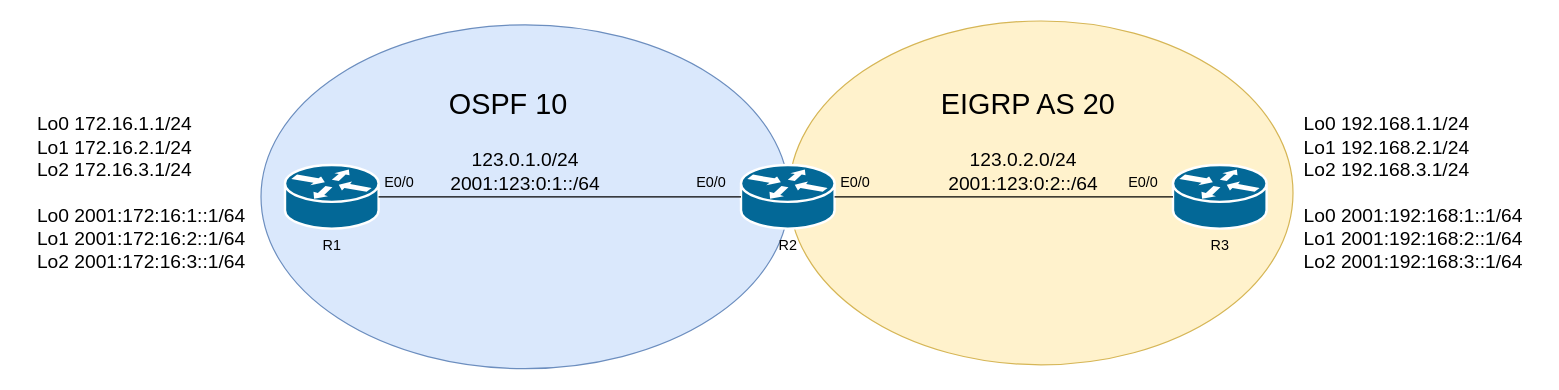
The draw.io diagram Equipment-operation/Cisco/Router/EIGRP/Image/Redistribution.drawio in Lai920123/Network-Engineering-Tutorials, before the edit. Source tidied: cells renumbered, new cells numbered last; positions are measured from the earlier drawing's top-left corner, leaving out a move shared by most shapes. Both pictures are drawn from the tidied source at 120%, with x=0, y=0 at pixel (20, 20).
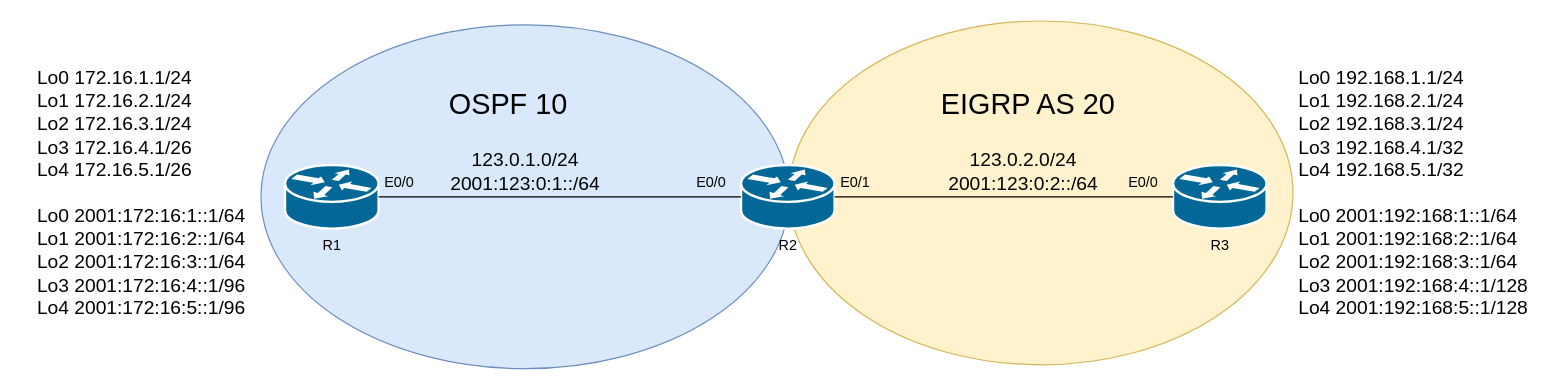
After the change.

Diff of the diagram source:
```diff
@@
 <mxGraphModel>
   <root>
     <mxCell id="0" />
     <mxCell id="1" parent="0" />
     <mxCell id="2" style="ellipse;whiteSpace=wrap;html=1;fillColor=#fff2cc;strokeColor=#d6b656;" parent="1" vertex="1">
       <mxGeometry x="640" width="420" height="286.5" as="geometry" />
     </mxCell>
     <mxCell id="3" style="ellipse;whiteSpace=wrap;html=1;fillColor=#dae8fc;strokeColor=#6c8ebf;" parent="1" vertex="1">
       <mxGeometry x="200" y="3.2" width="440" height="286.5" as="geometry" />
     </mxCell>
     <mxCell id="4" value="R2" style="shape=mxgraph.cisco.routers.router;sketch=0;html=1;dashed=0;fillColor=#036897;strokeColor=#ffffff;strokeWidth=2;verticalLabelPosition=bottom;verticalAlign=top;align=center;outlineConnect=0;" parent="1" vertex="1">
       <mxGeometry x="600" y="120" width="78" height="53" as="geometry" />
     </mxCell>
     <mxCell id="5" value="R3" style="shape=mxgraph.cisco.routers.router;sketch=0;html=1;dashed=0;fillColor=#036897;strokeColor=#ffffff;strokeWidth=2;verticalLabelPosition=bottom;verticalAlign=top;align=center;outlineConnect=0;" parent="1" vertex="1">
       <mxGeometry x="960" y="120" width="78" height="53" as="geometry" />
     </mxCell>
     <mxCell id="6" value="R1" style="shape=mxgraph.cisco.routers.router;sketch=0;html=1;dashed=0;fillColor=#036897;strokeColor=#ffffff;strokeWidth=2;verticalLabelPosition=bottom;verticalAlign=top;align=center;outlineConnect=0;" parent="1" vertex="1">
       <mxGeometry x="220" y="120" width="78" height="53" as="geometry" />
     </mxCell>
     <mxCell id="7" style="endArrow=none;html=1;rounded=0;exitX=1;exitY=0.5;exitDx=0;exitDy=0;exitPerimeter=0;entryX=0;entryY=0.5;entryDx=0;entryDy=0;entryPerimeter=0;" parent="1" edge="1" source="6" target="4">
       <mxGeometry relative="1" as="geometry" />
     </mxCell>
     <mxCell id="8" style="endArrow=none;html=1;rounded=0;exitX=1;exitY=0.5;exitDx=0;exitDy=0;exitPerimeter=0;entryX=0;entryY=0.5;entryDx=0;entryDy=0;entryPerimeter=0;" parent="1" edge="1" source="4" target="5">
       <mxGeometry relative="1" as="geometry" />
     </mxCell>
     <mxCell id="9" value="&lt;font style=&quot;font-size: 24px;&quot;&gt;OSPF 10&amp;nbsp;&lt;/font&gt;" style="text;html=1;align=left;verticalAlign=middle;strokeColor=none;fillColor=none;" parent="1" vertex="1">
       <mxGeometry x="355" y="50" width="130" height="40" as="geometry" />
     </mxCell>
     <mxCell id="10" value="&lt;font style=&quot;font-size: 24px;&quot;&gt;EIGRP AS 20&lt;/font&gt;" style="text;html=1;align=left;verticalAlign=middle;strokeColor=none;fillColor=none;" parent="1" vertex="1">
       <mxGeometry x="765" y="50" width="170" height="40" as="geometry" />
     </mxCell>
     <mxCell id="11" value="E0/0" style="text;html=1;align=center;verticalAlign=middle;strokeColor=none;fillColor=none;" parent="1" vertex="1">
       <mxGeometry x="290" y="120" width="50" height="30" as="geometry" />
     </mxCell>
     <mxCell id="12" value="E0/0" style="text;html=1;align=center;verticalAlign=middle;strokeColor=none;fillColor=none;" parent="1" vertex="1">
       <mxGeometry x="550" y="120" width="50" height="30" as="geometry" />
     </mxCell>
-    <mxCell id="13" value="E0/0" style="text;html=1;align=center;verticalAlign=middle;strokeColor=none;fillColor=none;" parent="1" vertex="1">
+    <mxCell id="13" value="E0/1" style="text;html=1;align=center;verticalAlign=middle;strokeColor=none;fillColor=none;" parent="1" vertex="1">
       <mxGeometry x="670" y="120" width="50" height="30" as="geometry" />
     </mxCell>
     <mxCell id="14" value="E0/0" style="text;html=1;align=center;verticalAlign=middle;strokeColor=none;fillColor=none;" parent="1" vertex="1">
       <mxGeometry x="910" y="120" width="50" height="30" as="geometry" />
     </mxCell>
     <mxCell id="15" value="&lt;font style=&quot;font-size: 16px;&quot;&gt;123.0.1.0/24&lt;br&gt;2001:123:0:1::/64&lt;br&gt;&lt;/font&gt;" style="text;html=1;align=center;verticalAlign=middle;strokeColor=none;fillColor=none;" parent="1" vertex="1">
       <mxGeometry x="345" y="100" width="150" height="50" as="geometry" />
     </mxCell>
     <mxCell id="16" value="&lt;font style=&quot;font-size: 16px;&quot;&gt;123.0.2.0/24&lt;br&gt;2001:123:0:2::/64&lt;br&gt;&lt;/font&gt;" style="text;html=1;align=center;verticalAlign=middle;strokeColor=none;fillColor=none;" parent="1" vertex="1">
       <mxGeometry x="760" y="100" width="150" height="50" as="geometry" />
     </mxCell>
-    <mxCell id="17" value="&lt;div style=&quot;text-align: left;&quot;&gt;&lt;span style=&quot;font-size: 16px; background-color: initial;&quot;&gt;Lo0 172.16.1.1/24&lt;/span&gt;&lt;/div&gt;&lt;font style=&quot;&quot;&gt;&lt;div style=&quot;font-size: 16px; text-align: left;&quot;&gt;&lt;span style=&quot;background-color: initial;&quot;&gt;Lo1 172.16.2.1/24&lt;/span&gt;&lt;/div&gt;&lt;div style=&quot;font-size: 16px; text-align: left;&quot;&gt;&lt;span style=&quot;background-color: initial;&quot;&gt;Lo2 172.16.3.1/24&lt;/span&gt;&lt;/div&gt;&lt;div style=&quot;text-align: left;&quot;&gt;&lt;span style=&quot;font-size: 16px;&quot;&gt;&lt;br&gt;&lt;/span&gt;&lt;/div&gt;&lt;span style=&quot;font-size: 16px;&quot;&gt;&lt;div style=&quot;text-align: left;&quot;&gt;&lt;span style=&quot;background-color: initial;&quot;&gt;Lo0 2001:172:16:1::1/64&lt;/span&gt;&lt;/div&gt;&lt;/span&gt;&lt;span style=&quot;font-size: 16px;&quot;&gt;&lt;div style=&quot;text-align: left;&quot;&gt;&lt;span style=&quot;background-color: initial;&quot;&gt;Lo1 2001:172:16:2::1/64&lt;/span&gt;&lt;/div&gt;&lt;/span&gt;&lt;span style=&quot;font-size: 16px;&quot;&gt;&lt;div style=&quot;text-align: left;&quot;&gt;&lt;span style=&quot;background-color: initial;&quot;&gt;Lo2 2001:172:16:3::1/64&lt;/span&gt;&lt;/div&gt;&lt;/span&gt;&lt;/font&gt;" style="text;html=1;align=center;verticalAlign=middle;strokeColor=none;fillColor=none;" parent="1" vertex="1">
-      <mxGeometry y="68.2" width="200" height="150" as="geometry" />
+    <mxCell id="17" value="&lt;div style=&quot;text-align: left;&quot;&gt;&lt;span style=&quot;font-size: 16px; background-color: initial;&quot;&gt;Lo0 172.16.1.1/24&lt;/span&gt;&lt;/div&gt;&lt;font style=&quot;&quot;&gt;&lt;div style=&quot;font-size: 16px; text-align: left;&quot;&gt;&lt;span style=&quot;background-color: initial;&quot;&gt;Lo1 172.16.2.1/24&lt;/span&gt;&lt;/div&gt;&lt;div style=&quot;font-size: 16px; text-align: left;&quot;&gt;&lt;span style=&quot;background-color: initial;&quot;&gt;Lo2 172.16.3.1/24&lt;/span&gt;&lt;/div&gt;&lt;div style=&quot;text-align: left;&quot;&gt;&lt;span style=&quot;font-size: 16px;&quot;&gt;Lo3 172.16.4.1/26&amp;nbsp;&lt;/span&gt;&lt;/div&gt;&lt;div style=&quot;text-align: left;&quot;&gt;&lt;span style=&quot;font-size: 16px;&quot;&gt;Lo4 172.16.5.1/26&lt;/span&gt;&lt;/div&gt;&lt;div style=&quot;text-align: left;&quot;&gt;&lt;span style=&quot;font-size: 16px;&quot;&gt;&lt;br&gt;&lt;/span&gt;&lt;/div&gt;&lt;span style=&quot;font-size: 16px;&quot;&gt;&lt;div style=&quot;text-align: left;&quot;&gt;&lt;span style=&quot;background-color: initial;&quot;&gt;Lo0 2001:172:16:1::1/64&lt;/span&gt;&lt;/div&gt;&lt;/span&gt;&lt;span style=&quot;font-size: 16px;&quot;&gt;&lt;div style=&quot;text-align: left;&quot;&gt;&lt;span style=&quot;background-color: initial;&quot;&gt;Lo1 2001:172:16:2::1/64&lt;/span&gt;&lt;/div&gt;&lt;/span&gt;&lt;span style=&quot;font-size: 16px;&quot;&gt;&lt;div style=&quot;text-align: left;&quot;&gt;&lt;span style=&quot;background-color: initial;&quot;&gt;Lo2 2001:172:16:3::1/64&lt;/span&gt;&lt;/div&gt;&lt;div style=&quot;text-align: left;&quot;&gt;&lt;span style=&quot;background-color: initial;&quot;&gt;Lo3 2001:172:16:4::1/96&lt;/span&gt;&lt;/div&gt;&lt;div style=&quot;text-align: left;&quot;&gt;&lt;span style=&quot;background-color: initial;&quot;&gt;Lo4 2001:172:16:5::1/96&lt;/span&gt;&lt;/div&gt;&lt;/span&gt;&lt;/font&gt;" style="text;html=1;align=center;verticalAlign=middle;strokeColor=none;fillColor=none;" parent="1" vertex="1">
+      <mxGeometry y="33.2" width="200" height="220" as="geometry" />
     </mxCell>
-    <mxCell id="18" value="&lt;div style=&quot;text-align: left;&quot;&gt;&lt;span style=&quot;font-size: 16px; background-color: initial;&quot;&gt;Lo0 192.168.1.1/24&lt;/span&gt;&lt;/div&gt;&lt;font style=&quot;&quot;&gt;&lt;div style=&quot;font-size: 16px; text-align: left;&quot;&gt;&lt;span style=&quot;background-color: initial;&quot;&gt;Lo1 192.168.2.1/24&lt;/span&gt;&lt;/div&gt;&lt;div style=&quot;font-size: 16px; text-align: left;&quot;&gt;&lt;span style=&quot;background-color: initial;&quot;&gt;Lo2 192.168.3.1/24&lt;/span&gt;&lt;/div&gt;&lt;div style=&quot;text-align: left;&quot;&gt;&lt;span style=&quot;font-size: 16px;&quot;&gt;&lt;br&gt;&lt;/span&gt;&lt;/div&gt;&lt;span style=&quot;font-size: 16px;&quot;&gt;&lt;div style=&quot;text-align: left;&quot;&gt;&lt;span style=&quot;background-color: initial;&quot;&gt;Lo0 2001:192:168:1::1/64&lt;/span&gt;&lt;/div&gt;&lt;/span&gt;&lt;span style=&quot;font-size: 16px;&quot;&gt;&lt;div style=&quot;text-align: left;&quot;&gt;&lt;span style=&quot;background-color: initial;&quot;&gt;Lo1 2001:192:168:2::1/64&lt;/span&gt;&lt;/div&gt;&lt;/span&gt;&lt;span style=&quot;font-size: 16px;&quot;&gt;&lt;div style=&quot;text-align: left;&quot;&gt;&lt;span style=&quot;background-color: initial;&quot;&gt;Lo2 2001:192:168:3::1/64&lt;/span&gt;&lt;/div&gt;&lt;/span&gt;&lt;/font&gt;" style="text;html=1;align=center;verticalAlign=middle;strokeColor=none;fillColor=none;" parent="1" vertex="1">
-      <mxGeometry x="1060" y="68.2" width="200" height="150" as="geometry" />
+    <mxCell id="18" value="&lt;div style=&quot;text-align: left;&quot;&gt;&lt;span style=&quot;font-size: 16px; background-color: initial;&quot;&gt;Lo0 192.168.1.1/24&lt;/span&gt;&lt;/div&gt;&lt;font style=&quot;&quot;&gt;&lt;div style=&quot;font-size: 16px; text-align: left;&quot;&gt;&lt;span style=&quot;background-color: initial;&quot;&gt;Lo1 192.168.2.1/24&lt;/span&gt;&lt;/div&gt;&lt;div style=&quot;font-size: 16px; text-align: left;&quot;&gt;&lt;span style=&quot;background-color: initial;&quot;&gt;Lo2 192.168.3.1/24&lt;/span&gt;&lt;/div&gt;&lt;div style=&quot;font-size: 16px; text-align: left;&quot;&gt;&lt;span style=&quot;background-color: initial;&quot;&gt;Lo3 192.168.4.1/32&lt;/span&gt;&lt;/div&gt;&lt;div style=&quot;font-size: 16px; text-align: left;&quot;&gt;&lt;span style=&quot;background-color: initial;&quot;&gt;Lo4 192.168.5.1/32&lt;/span&gt;&lt;/div&gt;&lt;div style=&quot;text-align: left;&quot;&gt;&lt;span style=&quot;font-size: 16px;&quot;&gt;&lt;br&gt;&lt;/span&gt;&lt;/div&gt;&lt;span style=&quot;font-size: 16px;&quot;&gt;&lt;div style=&quot;text-align: left;&quot;&gt;&lt;span style=&quot;background-color: initial;&quot;&gt;Lo0 2001:192:168:1::1/64&lt;/span&gt;&lt;/div&gt;&lt;/span&gt;&lt;span style=&quot;font-size: 16px;&quot;&gt;&lt;div style=&quot;text-align: left;&quot;&gt;&lt;span style=&quot;background-color: initial;&quot;&gt;Lo1 2001:192:168:2::1/64&lt;/span&gt;&lt;/div&gt;&lt;/span&gt;&lt;span style=&quot;font-size: 16px;&quot;&gt;&lt;div style=&quot;text-align: left;&quot;&gt;&lt;span style=&quot;background-color: initial;&quot;&gt;Lo2 2001:192:168:3::1/64&lt;/span&gt;&lt;/div&gt;&lt;div style=&quot;text-align: left;&quot;&gt;&lt;span style=&quot;background-color: initial;&quot;&gt;Lo3 2001:192:168:4::1/128&lt;/span&gt;&lt;/div&gt;&lt;div style=&quot;text-align: left;&quot;&gt;&lt;span style=&quot;background-color: initial;&quot;&gt;Lo4 2001:192:168:5::1/128&lt;/span&gt;&lt;/div&gt;&lt;/span&gt;&lt;/font&gt;" style="text;html=1;align=center;verticalAlign=middle;strokeColor=none;fillColor=none;" parent="1" vertex="1">
+      <mxGeometry x="1055" y="33.2" width="210" height="220" as="geometry" />
     </mxCell>
   </root>
 </mxGraphModel>
```
